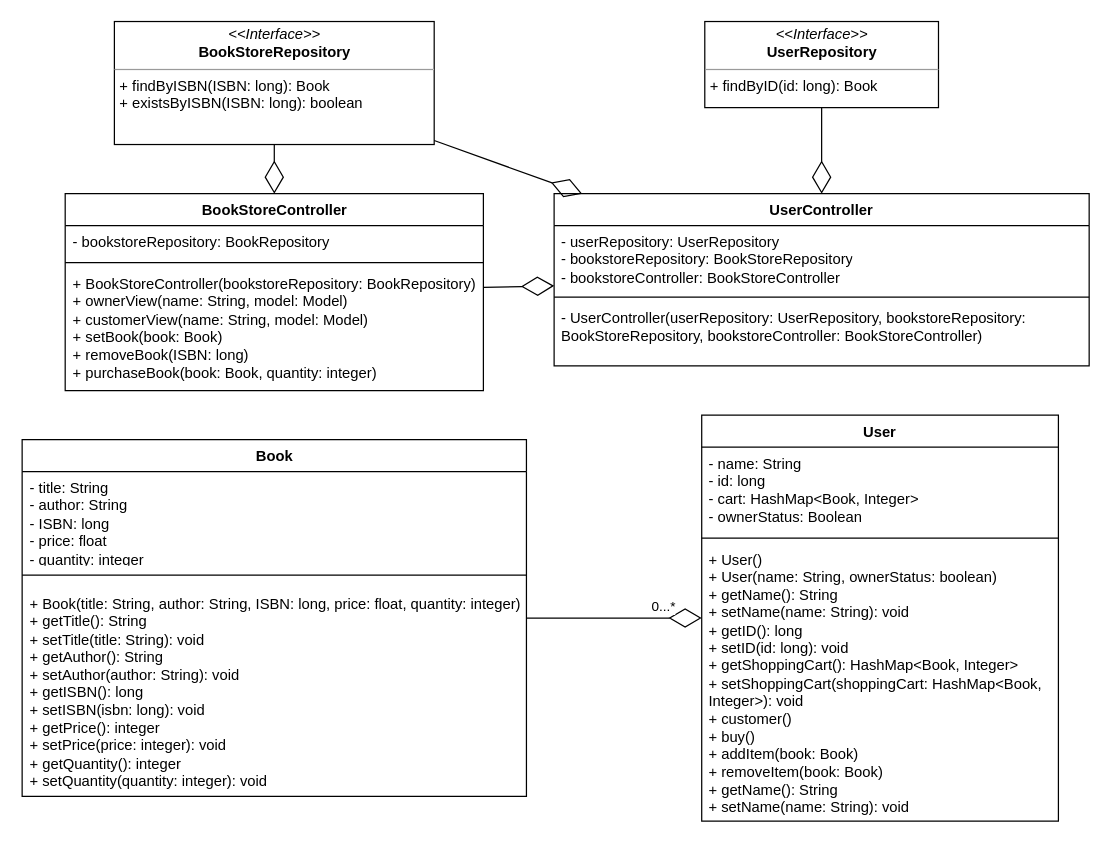
Above: page "UML" (1 of 2) of diagrams/SYSC4806Project.drawio in FARHAN-MAHAMUD/SYSC-4806-Project (draw.io), before the change. Source tidied: cells renumbered, new cells numbered last; positions are measured from the earlier drawing's top-left corner, leaving out a move shared by most shapes. Both pictures are drawn from the tidied source at 123%, with x=0, y=0 at pixel (22, 21).
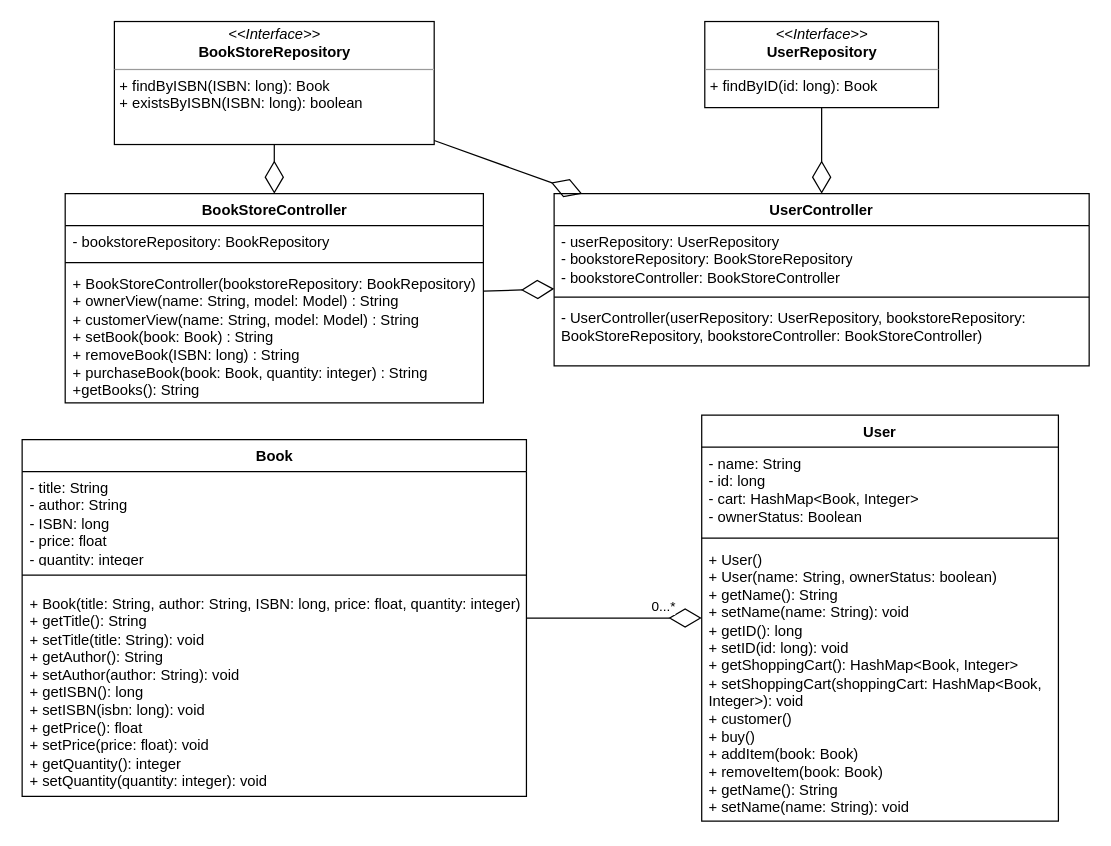
Above is the later version.

Commit message (it also covers changes not shown here):
Owner can add and modify book & UML update

Unchanged cells that the change refers to:
```xml
<mxCell id="2" value="Book" style="swimlane;fontStyle=1;align=center;verticalAlign=top;horizontal=1;startSize=26;whiteSpace=wrap;html=1;" parent="1" vertex="1">
  <mxGeometry x="-0.5" y="340" width="410" height="290" as="geometry" />
</mxCell>
```

What changed in the source:
```diff
@@
-    <mxCell id="5" value="+ Book(title: String, author: String, ISBN: long, price: float, quantity: integer)&lt;br&gt;+ getTitle(): String&lt;br&gt;+ setTitle(title: String): void&lt;br&gt;+ getAuthor(): String&lt;br style=&quot;border-color: var(--border-color);&quot;&gt;+ setAuthor(author: String): void&lt;br&gt;+ getISBN(): long&lt;br style=&quot;border-color: var(--border-color);&quot;&gt;+ setISBN(isbn: long): void&lt;br&gt;+ getPrice(): integer&lt;br style=&quot;border-color: var(--border-color);&quot;&gt;+ setPrice(price: integer): void&lt;br&gt;+ getQuantity(): integer&lt;br style=&quot;border-color: var(--border-color);&quot;&gt;+ setQuantity(quantity: integer): void" style="text;strokeColor=none;fillColor=none;align=left;verticalAlign=top;spacingLeft=4;spacingRight=4;overflow=hidden;whiteSpace=wrap;html=1;" parent="2" vertex="1">
+    <mxCell id="5" value="+ Book(title: String, author: String, ISBN: long, price: float, quantity: integer)&lt;br&gt;+ getTitle(): String&lt;br&gt;+ setTitle(title: String): void&lt;br&gt;+ getAuthor(): String&lt;br style=&quot;border-color: var(--border-color);&quot;&gt;+ setAuthor(author: String): void&lt;br&gt;+ getISBN(): long&lt;br style=&quot;border-color: var(--border-color);&quot;&gt;+ setISBN(isbn: long): void&lt;br&gt;+ getPrice(): float&lt;br style=&quot;border-color: var(--border-color);&quot;&gt;+ setPrice(price: float): void&lt;br&gt;+ getQuantity(): integer&lt;br style=&quot;border-color: var(--border-color);&quot;&gt;+ setQuantity(quantity: integer): void" style="text;strokeColor=none;fillColor=none;align=left;verticalAlign=top;spacingLeft=4;spacingRight=4;overflow=hidden;whiteSpace=wrap;html=1;" parent="2" vertex="1">
       <mxGeometry y="120" width="410" height="170" as="geometry" />
     </mxCell>
@@
     <mxCell id="14" value="BookStoreController" style="swimlane;fontStyle=1;align=center;verticalAlign=top;horizontal=1;startSize=26;whiteSpace=wrap;html=1;" parent="1" vertex="1">
-      <mxGeometry x="34.5" y="140" width="340" height="160" as="geometry" />
+      <mxGeometry x="34.5" y="140" width="340" height="170" as="geometry" />
     </mxCell>
@@
-    <mxCell id="17" value="+ BookStoreController(bookstoreRepository: BookRepository)&lt;br&gt;+ ownerView(name: String, model: Model)&lt;br&gt;+ customerView(name: String, model: Model)&lt;br&gt;+ setBook(book: Book)&lt;br&gt;+ removeBook(ISBN: long)&lt;br&gt;+ purchaseBook(book: Book, quantity: integer)" style="text;strokeColor=none;fillColor=none;align=left;verticalAlign=top;spacingLeft=4;spacingRight=4;overflow=hidden;whiteSpace=wrap;html=1;" parent="14" vertex="1">
-      <mxGeometry y="60" width="340" height="100" as="geometry" />
+    <mxCell id="17" value="+ BookStoreController(bookstoreRepository: BookRepository)&lt;br&gt;+ ownerView(name: String, model: Model) : String&lt;br&gt;+ customerView(name: String, model: Model) : String&lt;br&gt;+ setBook(book: Book) : String&lt;br&gt;+ removeBook(ISBN: long) : String&lt;br&gt;+ purchaseBook(book: Book, quantity: integer) : String&lt;br&gt;+getBooks():&amp;nbsp;String" style="text;strokeColor=none;fillColor=none;align=left;verticalAlign=top;spacingLeft=4;spacingRight=4;overflow=hidden;whiteSpace=wrap;html=1;" parent="14" vertex="1">
+      <mxGeometry y="60" width="340" height="110" as="geometry" />
     </mxCell>
```
